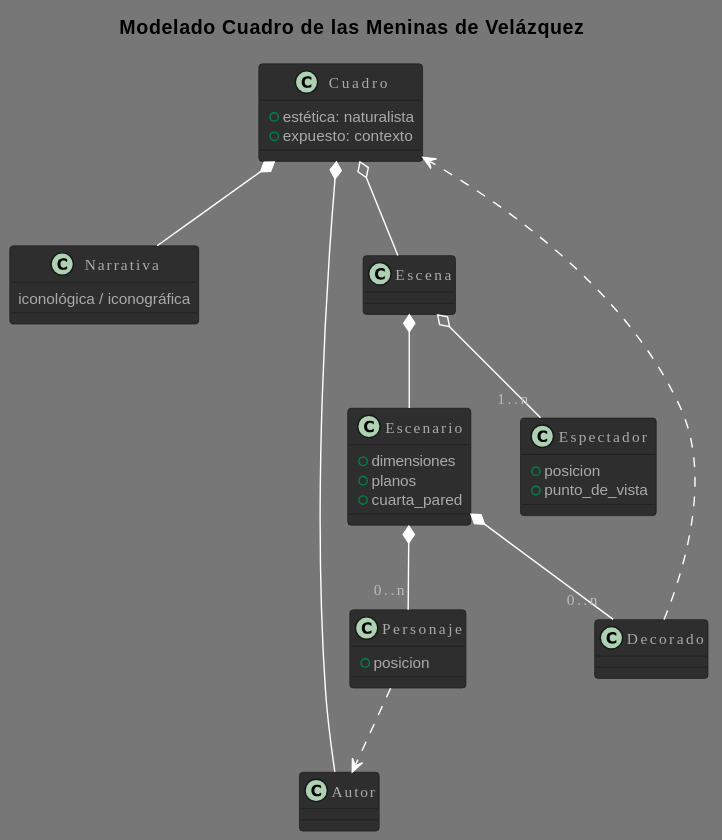
Above: PracticasMaster/01_Modelado_O/diagrams/meninas/MeninasDomain.svg in Joselon/joselon.github.io (PlantUML), before the change.
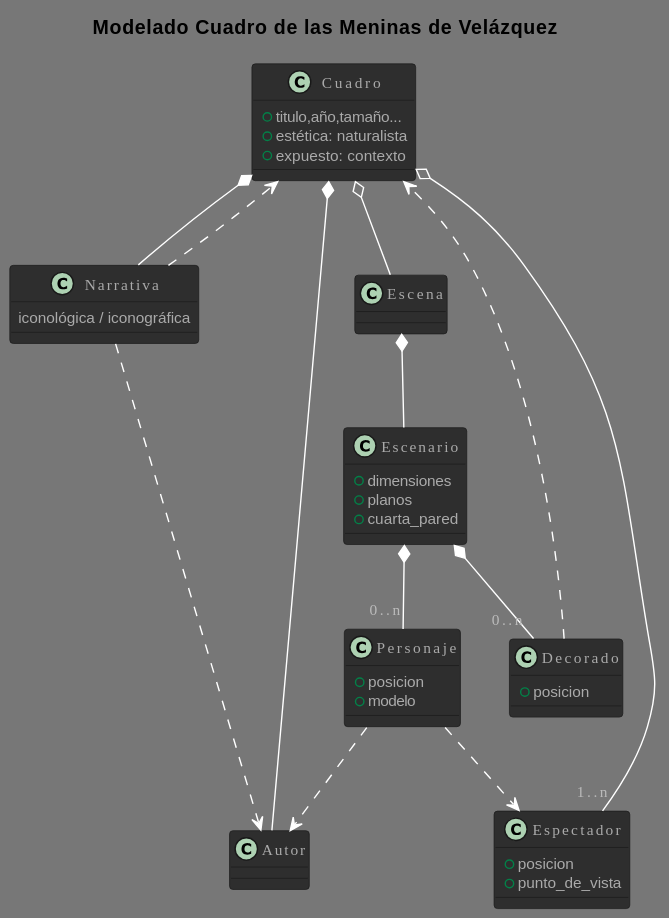
The same diagram one commit later.

Commit message:
Practica Meninas. Fix relations 20:00

Change to the diagram source:
```diff
@@ -3,23 +3,34 @@
 title Modelado Cuadro de las Meninas de Velázquez
 
 class Cuadro {
+    + titulo,año,tamaño...
     + estética: naturalista
     + expuesto: contexto
 }
+Cuadro *-- Autor
+Cuadro o--"1..n" Espectador
+Cuadro o-- Escena
+Cuadro *-- Narrativa
 
 class Narrativa {
     iconológica / iconográfica
 }
+Narrativa ..> Cuadro
+Narrativa ..> Autor
 
 class Escenario {
     + dimensiones
     + planos
     + cuarta_pared
 }
+Escena *-- Escenario
+Escenario *--"0..n" Personaje
+Escenario *--"0..n" Decorado
 
 class Decorado {
-
+   + posicion
 }
+Decorado ..> Cuadro
 
 class Espectador {
     + posicion
@@ -28,19 +39,10 @@
 
 class Personaje {
     + posicion
+    + modelo
 }
-
-Cuadro *-- Autor
-Cuadro *-- Narrativa
-Cuadro o-- Escena
-
-Escena o--"1..n" Espectador
-Escena *-- Escenario
-Escenario *--"0..n" Personaje
-Escenario *--"0..n" Decorado
 Personaje ..> Autor
-Decorado ..> Cuadro
-
+Personaje ..> Espectador
 
 @end
 
@@ -325,23 +327,34 @@
 title Modelado Cuadro de las Meninas de Velázquez
 
 class Cuadro {
+    + titulo,año,tamaño...
     + estética: naturalista
     + expuesto: contexto
 }
+Cuadro *-- Autor
+Cuadro o--"1..n" Espectador
+Cuadro o-- Escena
+Cuadro *-- Narrativa
 
 class Narrativa {
     iconológica / iconográfica
 }
+Narrativa ..> Cuadro
+Narrativa ..> Autor
 
 class Escenario {
     + dimensiones
     + planos
     + cuarta_pared
 }
+Escena *-- Escenario
+Escenario *--"0..n" Personaje
+Escenario *--"0..n" Decorado
 
 class Decorado {
-
+   + posicion
 }
+Decorado ..> Cuadro
 
 class Espectador {
     + posicion
@@ -350,19 +363,10 @@
 
 class Personaje {
     + posicion
+    + modelo
 }
-
-Cuadro *-- Autor
-Cuadro *-- Narrativa
-Cuadro o-- Escena
-
-Escena o--"1..n" Espectador
-Escena *-- Escenario
-Escenario *--"0..n" Personaje
-Escenario *--"0..n" Decorado
 Personaje ..> Autor
-Decorado ..> Cuadro
-
+Personaje ..> Espectador
 
 @end
 
```
